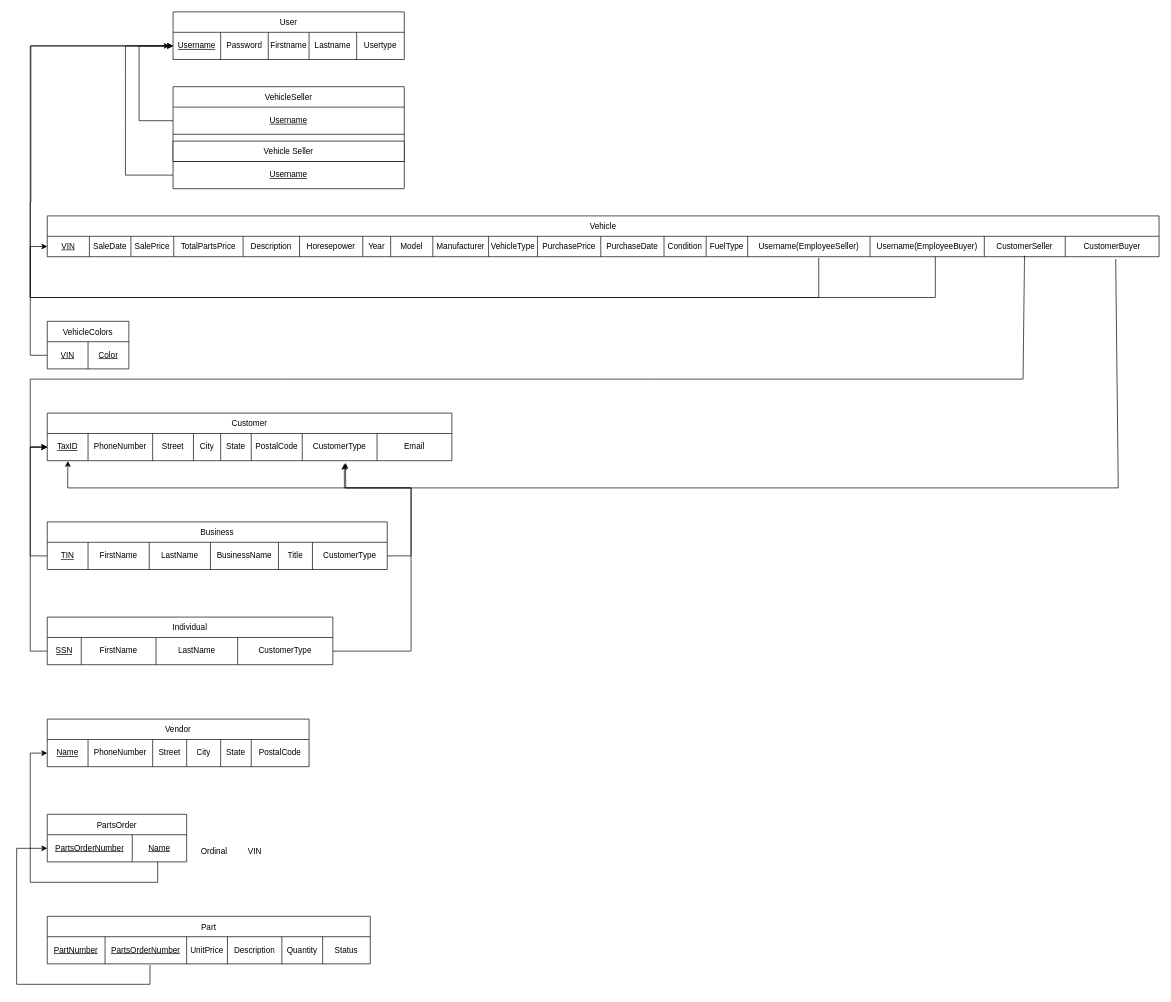
The draw.io diagram Phase_2/team006_p2_eer2rel.drawio in rkang427/autodb, before the edit. Source tidied: cells renumbered, new cells numbered last; positions are measured from the earlier drawing's top-left corner, leaving out a move shared by most shapes. Both pictures are drawn from the tidied source at 68%, with x=0, y=0 at pixel (16, 12).
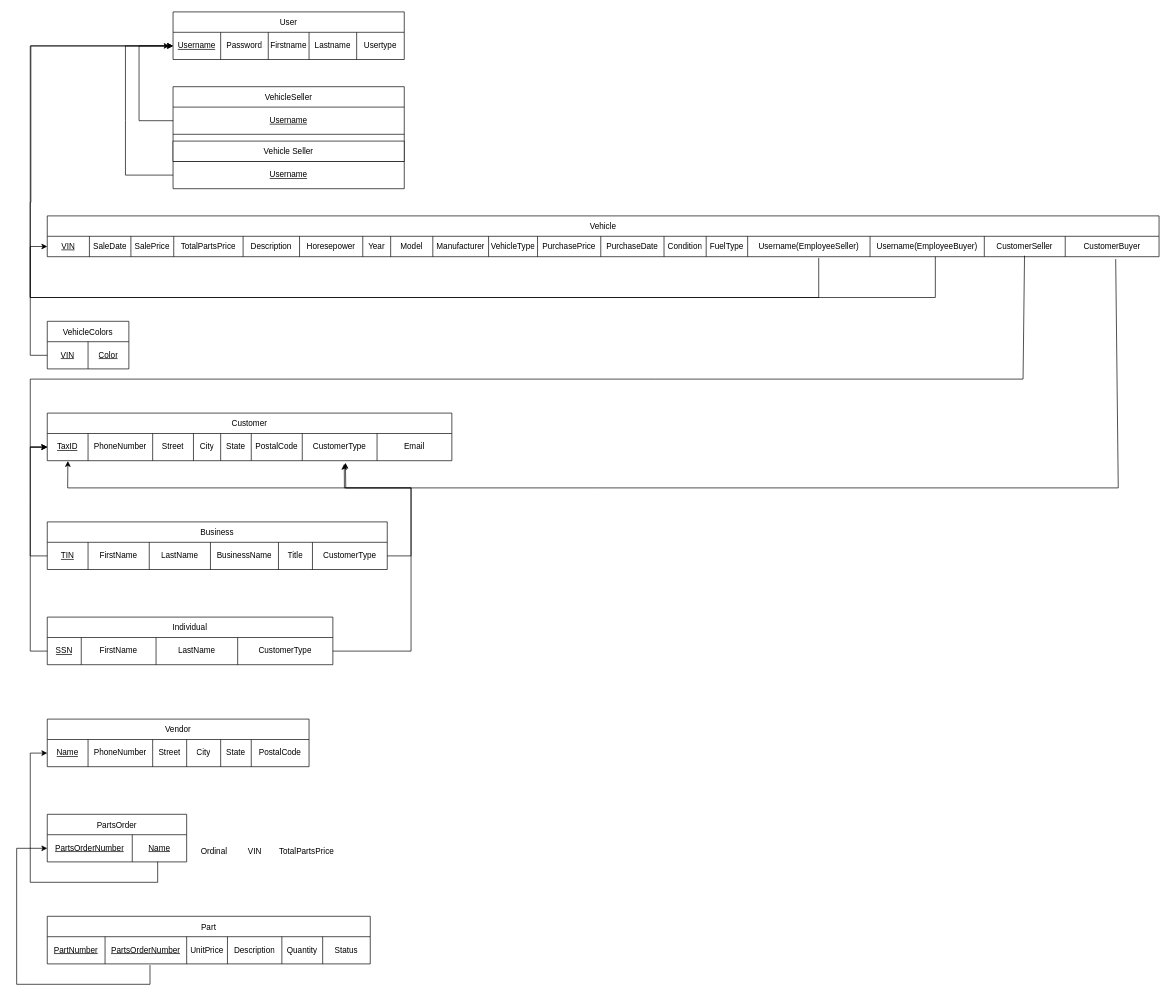
After the change.

Change to the diagram source:
```diff
@@
+    <mxCell id="100" value="TotalPartsPrice" style="text;html=1;align=center;verticalAlign=middle;strokeColor=none;fillColor=none;" parent="1" vertex="1">
+      <mxGeometry x="376" y="1220" width="100" height="30" as="geometry" />
+    </mxCell>
```
